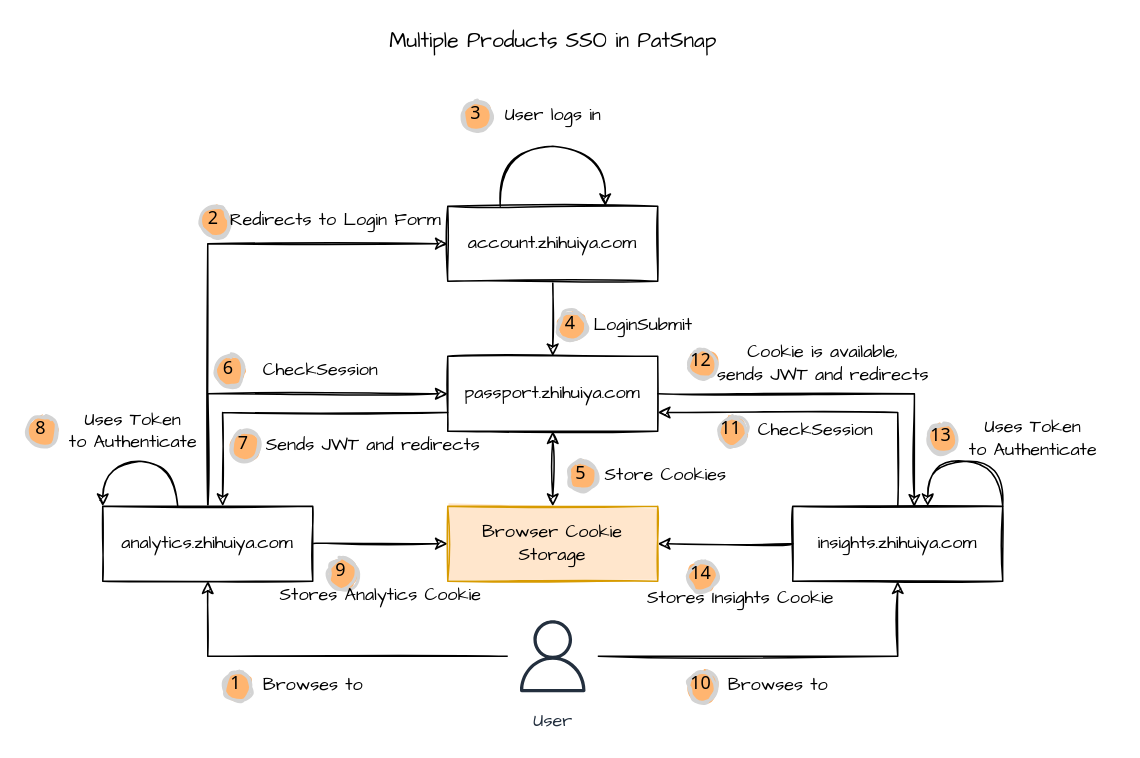
Earlier version of the draw.io diagram SSO Process.drawio (yindongjun/gangzhang.github.io). Source tidied: cells renumbered, new cells numbered last; positions are measured from the earlier drawing's top-left corner, leaving out a move shared by most shapes. Both pictures are drawn from the tidied source at 150%, with x=0, y=0 at pixel (27, 26).
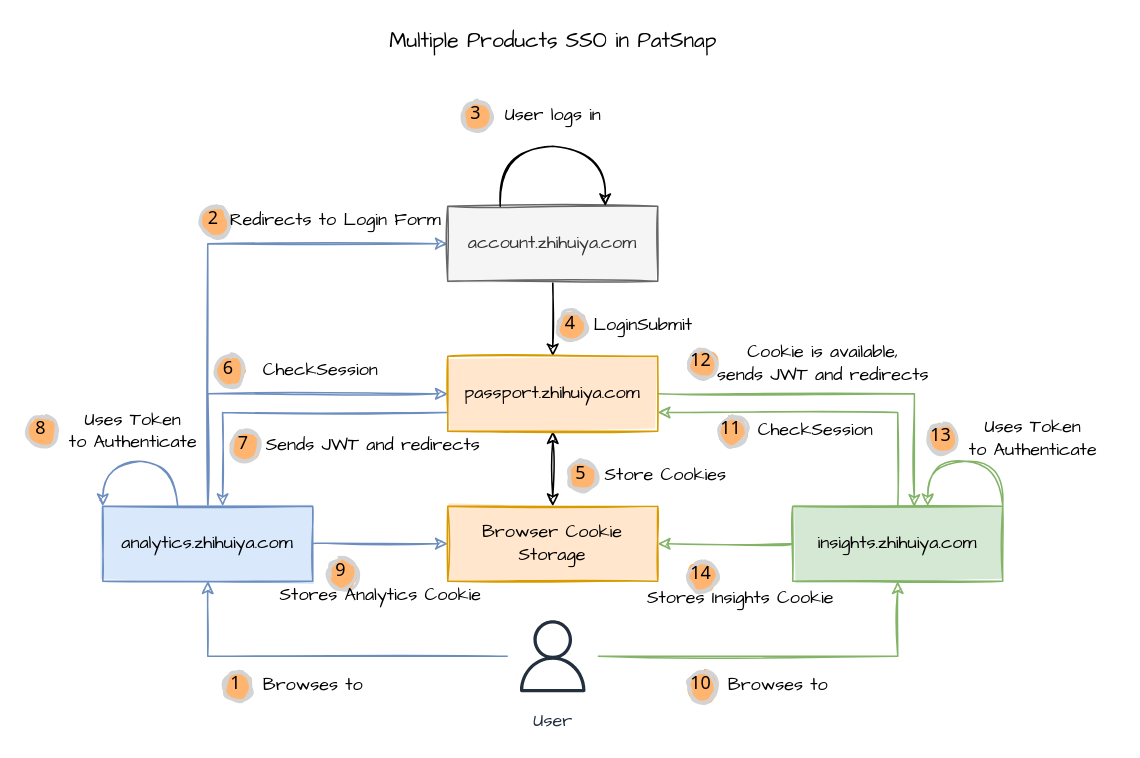
Above is the later version.

Unchanged cells that the change refers to:
```xml
<mxCell id="4" value="User" style="sketch=0;outlineConnect=0;fontColor=#232F3E;gradientColor=none;strokeColor=#232F3E;fillColor=#ffffff;dashed=0;verticalLabelPosition=bottom;verticalAlign=top;align=center;html=1;fontSize=12;fontStyle=0;shape=mxgraph.aws4.resourceIcon;resIcon=mxgraph.aws4.user;fontFamily=Comic Sans MS;" parent="1" vertex="1">
  <mxGeometry x="320" y="390" width="60" height="60" as="geometry" />
</mxCell>
<mxCell id="16" value="Browser Cookie Storage" style="rounded=0;whiteSpace=wrap;html=1;sketch=1;fontFamily=Comic Sans MS;fillColor=#ffe6cc;strokeColor=#d79b00;fillStyle=solid;" parent="1" vertex="1">
  <mxGeometry x="280" y="320" width="140" height="50" as="geometry" />
</mxCell>
```

Change to the diagram source:
```diff
@@
-    <mxCell id="2" style="edgeStyle=orthogonalEdgeStyle;rounded=0;jettySize=auto;html=1;entryX=0.5;entryY=1;entryDx=0;entryDy=0;fontFamily=Comic Sans MS;sketch=1;" parent="1" edge="1" source="4" target="8">
+    <mxCell id="2" style="edgeStyle=orthogonalEdgeStyle;rounded=0;jettySize=auto;html=1;entryX=0.5;entryY=1;entryDx=0;entryDy=0;fontFamily=Comic Sans MS;sketch=1;fillColor=#dae8fc;strokeColor=#6c8ebf;" parent="1" edge="1" source="4" target="8">
       <mxGeometry relative="1" as="geometry" />
     </mxCell>
-    <mxCell id="3" style="edgeStyle=orthogonalEdgeStyle;rounded=0;sketch=1;jettySize=auto;html=1;entryX=0.5;entryY=1;entryDx=0;entryDy=0;fontFamily=Comic Sans MS;" parent="1" edge="1" source="4" target="11">
+    <mxCell id="3" style="edgeStyle=orthogonalEdgeStyle;rounded=0;sketch=1;jettySize=auto;html=1;entryX=0.5;entryY=1;entryDx=0;entryDy=0;fontFamily=Comic Sans MS;fillColor=#d5e8d4;strokeColor=#82b366;" parent="1" edge="1" source="4" target="11">
       <mxGeometry relative="1" as="geometry" />
     </mxCell>
@@
-    <mxCell id="5" style="edgeStyle=orthogonalEdgeStyle;rounded=0;sketch=1;jettySize=auto;html=1;entryX=0;entryY=0.5;entryDx=0;entryDy=0;fontFamily=Comic Sans MS;" parent="1" edge="1" source="8" target="15">
+    <mxCell id="5" style="edgeStyle=orthogonalEdgeStyle;rounded=0;sketch=1;jettySize=auto;html=1;entryX=0;entryY=0.5;entryDx=0;entryDy=0;fontFamily=Comic Sans MS;fillColor=#dae8fc;strokeColor=#6c8ebf;" parent="1" edge="1" source="8" target="15">
       <mxGeometry relative="1" as="geometry">
         <Array as="points">
           <mxPoint x="120" y="145" />
         </Array>
       </mxGeometry>
     </mxCell>
-    <mxCell id="6" style="edgeStyle=orthogonalEdgeStyle;rounded=0;sketch=1;jettySize=auto;html=1;entryX=0;entryY=0.5;entryDx=0;entryDy=0;fontFamily=Comic Sans MS;" parent="1" edge="1" source="8" target="20">
+    <mxCell id="6" style="edgeStyle=orthogonalEdgeStyle;rounded=0;sketch=1;jettySize=auto;html=1;entryX=0;entryY=0.5;entryDx=0;entryDy=0;fontFamily=Comic Sans MS;fillColor=#dae8fc;strokeColor=#6c8ebf;" parent="1" edge="1" source="8" target="20">
       <mxGeometry relative="1" as="geometry">
         <Array as="points">
           <mxPoint x="120" y="245" />
         </Array>
       </mxGeometry>
     </mxCell>
-    <mxCell id="7" style="edgeStyle=orthogonalEdgeStyle;curved=1;sketch=1;jettySize=auto;html=1;fontFamily=Comic Sans MS;" parent="1" edge="1" source="8" target="16">
+    <mxCell id="7" style="edgeStyle=orthogonalEdgeStyle;curved=1;sketch=1;jettySize=auto;html=1;fontFamily=Comic Sans MS;fillColor=#dae8fc;strokeColor=#6c8ebf;" parent="1" edge="1" source="8" target="16">
       <mxGeometry relative="1" as="geometry" />
     </mxCell>
-    <mxCell id="8" value="analytics.zhihuiya.com" style="rounded=0;whiteSpace=wrap;html=1;sketch=1;fontFamily=Comic Sans MS;" parent="1" vertex="1">
+    <mxCell id="8" value="analytics.zhihuiya.com" style="rounded=0;whiteSpace=wrap;html=1;sketch=1;fontFamily=Comic Sans MS;fillColor=#dae8fc;strokeColor=#6c8ebf;fillStyle=solid;" parent="1" vertex="1">
       <mxGeometry x="50" y="320" width="140" height="50" as="geometry" />
     </mxCell>
-    <mxCell id="9" style="edgeStyle=orthogonalEdgeStyle;curved=1;sketch=1;jettySize=auto;html=1;fontFamily=Comic Sans MS;" parent="1" edge="1" source="11" target="16">
+    <mxCell id="9" style="edgeStyle=orthogonalEdgeStyle;curved=1;sketch=1;jettySize=auto;html=1;fontFamily=Comic Sans MS;fillColor=#d5e8d4;strokeColor=#82b366;" parent="1" edge="1" source="11" target="16">
       <mxGeometry relative="1" as="geometry" />
     </mxCell>
-    <mxCell id="10" style="edgeStyle=orthogonalEdgeStyle;rounded=0;sketch=1;jettySize=auto;html=1;entryX=1;entryY=0.75;entryDx=0;entryDy=0;fontFamily=Comic Sans MS;startArrow=none;startFill=0;" parent="1" edge="1" source="11" target="20">
+    <mxCell id="10" style="edgeStyle=orthogonalEdgeStyle;rounded=0;sketch=1;jettySize=auto;html=1;entryX=1;entryY=0.75;entryDx=0;entryDy=0;fontFamily=Comic Sans MS;startArrow=none;startFill=0;fillColor=#d5e8d4;strokeColor=#82b366;" parent="1" edge="1" source="11" target="20">
       <mxGeometry relative="1" as="geometry">
         <Array as="points">
           <mxPoint x="580" y="258" />
         </Array>
       </mxGeometry>
     </mxCell>
-    <mxCell id="11" value="insights.zhihuiya.com" style="rounded=0;whiteSpace=wrap;html=1;sketch=1;fontFamily=Comic Sans MS;" parent="1" vertex="1">
+    <mxCell id="11" value="insights.zhihuiya.com" style="rounded=0;whiteSpace=wrap;html=1;sketch=1;fontFamily=Comic Sans MS;fillColor=#d5e8d4;strokeColor=#82b366;fillStyle=solid;" parent="1" vertex="1">
       <mxGeometry x="510" y="320" width="140" height="50" as="geometry" />
     </mxCell>
@@
-    <mxCell id="15" value="account.zhihuiya.com" style="rounded=0;whiteSpace=wrap;html=1;sketch=1;fontFamily=Comic Sans MS;" parent="1" vertex="1">
+    <mxCell id="15" value="account.zhihuiya.com" style="rounded=0;whiteSpace=wrap;html=1;sketch=1;fontFamily=Comic Sans MS;fillColor=#f5f5f5;fontColor=#333333;strokeColor=#666666;fillStyle=solid;" parent="1" vertex="1">
       <mxGeometry x="280" y="120" width="140" height="50" as="geometry" />
     </mxCell>
@@
-    <mxCell id="18" style="edgeStyle=orthogonalEdgeStyle;rounded=0;sketch=1;jettySize=auto;html=1;entryX=0.571;entryY=0;entryDx=0;entryDy=0;entryPerimeter=0;fontFamily=Comic Sans MS;startArrow=none;startFill=0;exitX=0;exitY=0.75;exitDx=0;exitDy=0;" parent="1" edge="1" source="20" target="8">
+    <mxCell id="18" style="edgeStyle=orthogonalEdgeStyle;rounded=0;sketch=1;jettySize=auto;html=1;entryX=0.571;entryY=0;entryDx=0;entryDy=0;entryPerimeter=0;fontFamily=Comic Sans MS;startArrow=none;startFill=0;exitX=0;exitY=0.75;exitDx=0;exitDy=0;fillColor=#dae8fc;strokeColor=#6c8ebf;" parent="1" edge="1" source="20" target="8">
       <mxGeometry relative="1" as="geometry" />
     </mxCell>
-    <mxCell id="19" style="edgeStyle=orthogonalEdgeStyle;sketch=1;jettySize=auto;html=1;fontFamily=Comic Sans MS;startArrow=none;startFill=0;rounded=0;entryX=0.579;entryY=0.01;entryDx=0;entryDy=0;entryPerimeter=0;" parent="1" edge="1" source="20" target="11">
+    <mxCell id="19" style="edgeStyle=orthogonalEdgeStyle;sketch=1;jettySize=auto;html=1;fontFamily=Comic Sans MS;startArrow=none;startFill=0;rounded=0;entryX=0.579;entryY=0.01;entryDx=0;entryDy=0;entryPerimeter=0;fillColor=#d5e8d4;strokeColor=#82b366;" parent="1" edge="1" source="20" target="11">
       <mxGeometry relative="1" as="geometry" />
     </mxCell>
-    <mxCell id="20" value="passport.zhihuiya.com" style="rounded=0;whiteSpace=wrap;html=1;sketch=1;fontFamily=Comic Sans MS;" parent="1" vertex="1">
+    <mxCell id="20" value="passport.zhihuiya.com" style="rounded=0;whiteSpace=wrap;html=1;sketch=1;fontFamily=Comic Sans MS;fillColor=#ffe6cc;strokeColor=#d79b00;fillStyle=solid;" parent="1" vertex="1">
       <mxGeometry x="280" y="220" width="140" height="50" as="geometry" />
     </mxCell>
@@
-    <mxCell id="34" style="edgeStyle=orthogonalEdgeStyle;sketch=1;jettySize=auto;html=1;fontFamily=Comic Sans MS;startArrow=none;startFill=0;curved=1;" parent="1" edge="1" target="8">
+    <mxCell id="34" style="edgeStyle=orthogonalEdgeStyle;sketch=1;jettySize=auto;html=1;fontFamily=Comic Sans MS;startArrow=none;startFill=0;curved=1;fillColor=#dae8fc;strokeColor=#6c8ebf;" parent="1" edge="1" target="8">
       <mxGeometry relative="1" as="geometry">
         <mxPoint x="100" y="320" as="sourcePoint" />
         <Array as="points">
           <mxPoint x="100" y="320" />
           <mxPoint x="100" y="290" />
           <mxPoint x="50" y="290" />
         </Array>
       </mxGeometry>
     </mxCell>
@@
-    <mxCell id="45" style="edgeStyle=orthogonalEdgeStyle;sketch=1;orthogonalLoop=1;jettySize=auto;html=1;fontFamily=Comic Sans MS;startArrow=none;startFill=0;curved=1;" parent="1" edge="1">
+    <mxCell id="45" style="edgeStyle=orthogonalEdgeStyle;sketch=1;orthogonalLoop=1;jettySize=auto;html=1;fontFamily=Comic Sans MS;startArrow=none;startFill=0;curved=1;fillColor=#d5e8d4;strokeColor=#82b366;" parent="1" edge="1">
       <mxGeometry relative="1" as="geometry">
         <mxPoint x="650" y="320" as="sourcePoint" />
         <mxPoint x="600" y="320" as="targetPoint" />
         <Array as="points">
           <mxPoint x="650" y="320" />
           <mxPoint x="650" y="290" />
           <mxPoint x="600" y="290" />
         </Array>
       </mxGeometry>
     </mxCell>
```
